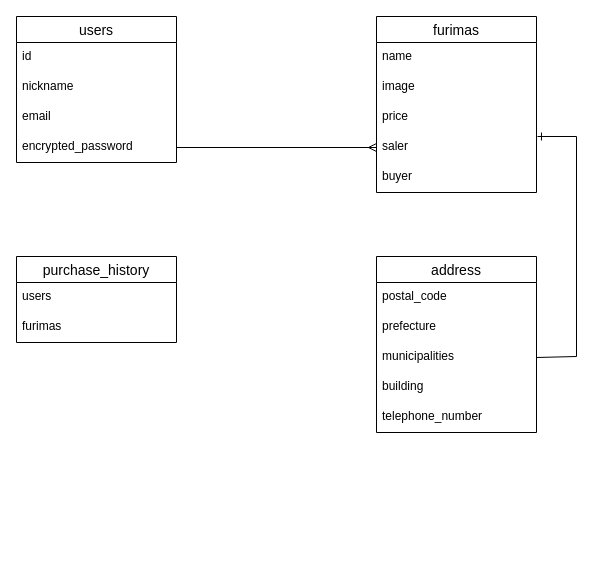
nobonobonobo/furima-35523 keeps this draw.io diagram as furima.dio. Above is the earlier version. Source tidied: cells renumbered, new cells numbered last; positions are measured from the earlier drawing's top-left corner, leaving out a move shared by most shapes. Both pictures are drawn from the tidied source at 100%, with x=0, y=0 at pixel (16, 16).
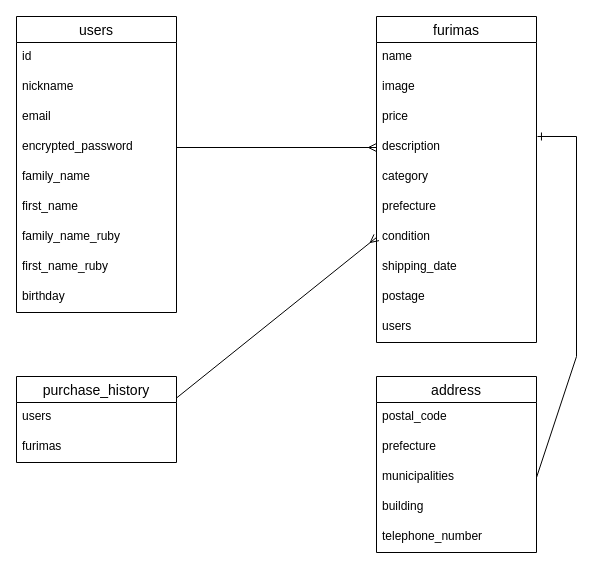
The same page after the edit.

Commit message (it also covers changes not shown here):
カラム追加

Change to the diagram source:
```diff
@@
     <mxCell id="2" value="users" style="swimlane;fontStyle=0;horizontal=1;startSize=26;align=center;fontSize=14;" parent="1" vertex="1">
-      <mxGeometry width="160" height="146" as="geometry" />
+      <mxGeometry width="160" height="296" as="geometry" />
     </mxCell>
@@
+    <mxCell id="24" value="encrypted_password" style="text;strokeColor=none;fillColor=none;spacingLeft=4;spacingRight=4;overflow=hidden;fontSize=12;" parent="2" vertex="1">
+      <mxGeometry y="116" width="160" height="30" as="geometry" />
+    </mxCell>
+    <mxCell id="25" value="family_name" style="text;strokeColor=none;fillColor=none;spacingLeft=4;spacingRight=4;overflow=hidden;fontSize=12;" parent="2" vertex="1">
+      <mxGeometry y="146" width="160" height="30" as="geometry" />
+    </mxCell>
+    <mxCell id="26" value="first_name" style="text;strokeColor=none;fillColor=none;spacingLeft=4;spacingRight=4;overflow=hidden;fontSize=12;" parent="2" vertex="1">
+      <mxGeometry y="176" width="160" height="30" as="geometry" />
+    </mxCell>
+    <mxCell id="27" value="family_name_ruby" style="text;strokeColor=none;fillColor=none;spacingLeft=4;spacingRight=4;overflow=hidden;fontSize=12;" parent="2" vertex="1">
+      <mxGeometry y="206" width="160" height="30" as="geometry" />
+    </mxCell>
+    <mxCell id="28" value="first_name_ruby" style="text;strokeColor=none;fillColor=none;spacingLeft=4;spacingRight=4;overflow=hidden;fontSize=12;" parent="2" vertex="1">
+      <mxGeometry y="236" width="160" height="30" as="geometry" />
+    </mxCell>
-    <mxCell id="6" value="encrypted_password" style="text;strokeColor=none;fillColor=none;spacingLeft=4;spacingRight=4;overflow=hidden;points=[[0,0.5],[1,0.5]];portConstraint=eastwest;fontSize=12;" parent="2" vertex="1">
-      <mxGeometry y="116" width="160" height="30" as="geometry" />
+    <mxCell id="6" value="birthday" style="text;strokeColor=none;fillColor=none;spacingLeft=4;spacingRight=4;overflow=hidden;points=[[0,0.5],[1,0.5]];portConstraint=eastwest;fontSize=12;" parent="2" vertex="1">
+      <mxGeometry y="266" width="160" height="30" as="geometry" />
     </mxCell>
     <mxCell id="7" value="furimas" style="swimlane;fontStyle=0;horizontal=1;startSize=26;align=center;fontSize=14;" parent="1" vertex="1">
-      <mxGeometry x="360" width="160" height="176" as="geometry" />
+      <mxGeometry x="360" width="160" height="326" as="geometry" />
     </mxCell>
@@
-    <mxCell id="11" value="saler" style="text;strokeColor=none;fillColor=none;spacingLeft=4;spacingRight=4;overflow=hidden;fontSize=12;" parent="7" vertex="1">
+    <mxCell id="11" value="description" style="text;strokeColor=none;fillColor=none;spacingLeft=4;spacingRight=4;overflow=hidden;fontSize=12;" parent="7" vertex="1">
       <mxGeometry y="116" width="160" height="30" as="geometry" />
     </mxCell>
+    <mxCell id="29" value="category" style="text;strokeColor=none;fillColor=none;spacingLeft=4;spacingRight=4;overflow=hidden;fontSize=12;" parent="7" vertex="1">
+      <mxGeometry y="146" width="160" height="30" as="geometry" />
+    </mxCell>
+    <mxCell id="30" value="prefecture" style="text;strokeColor=none;fillColor=none;spacingLeft=4;spacingRight=4;overflow=hidden;fontSize=12;" parent="7" vertex="1">
+      <mxGeometry y="176" width="160" height="30" as="geometry" />
+    </mxCell>
+    <mxCell id="31" value="condition" style="text;strokeColor=none;fillColor=none;spacingLeft=4;spacingRight=4;overflow=hidden;points=[[0,0.5],[1,0.5]];portConstraint=eastwest;fontSize=12;" parent="7" vertex="1">
+      <mxGeometry y="206" width="160" height="30" as="geometry" />
+    </mxCell>
+    <mxCell id="32" value="shipping_date" style="text;strokeColor=none;fillColor=none;spacingLeft=4;spacingRight=4;overflow=hidden;fontSize=12;" parent="7" vertex="1">
+      <mxGeometry y="236" width="160" height="30" as="geometry" />
+    </mxCell>
+    <mxCell id="33" value="postage" style="text;strokeColor=none;fillColor=none;spacingLeft=4;spacingRight=4;overflow=hidden;fontSize=12;" parent="7" vertex="1">
+      <mxGeometry y="266" width="160" height="30" as="geometry" />
+    </mxCell>
-    <mxCell id="12" value="buyer" style="text;strokeColor=none;fillColor=none;spacingLeft=4;spacingRight=4;overflow=hidden;fontSize=12;" parent="7" vertex="1">
-      <mxGeometry y="146" width="160" height="30" as="geometry" />
+    <mxCell id="12" value="users" style="text;strokeColor=none;fillColor=none;spacingLeft=4;spacingRight=4;overflow=hidden;fontSize=12;" parent="7" vertex="1">
+      <mxGeometry y="296" width="160" height="30" as="geometry" />
     </mxCell>
@@
+    <mxCell id="34" style="edgeStyle=none;rounded=0;jettySize=auto;html=1;exitX=1;exitY=0.25;exitDx=0;exitDy=0;entryX=0;entryY=0.5;entryDx=0;entryDy=0;endArrow=ERmany;endFill=0;" parent="1" edge="1" source="14" target="31">
+      <mxGeometry relative="1" as="geometry" />
+    </mxCell>
     <mxCell id="14" value="purchase_history" style="swimlane;fontStyle=0;horizontal=1;startSize=26;align=center;fontSize=14;" parent="1" vertex="1">
-      <mxGeometry y="240" width="160" height="86" as="geometry" />
+      <mxGeometry y="360" width="160" height="86" as="geometry" />
     </mxCell>
@@
     <mxCell id="17" value="address" style="swimlane;fontStyle=0;horizontal=1;startSize=26;align=center;fontSize=14;" parent="1" vertex="1">
-      <mxGeometry x="360" y="240" width="160" height="176" as="geometry" />
+      <mxGeometry x="360" y="360" width="160" height="176" as="geometry" />
     </mxCell>
```
